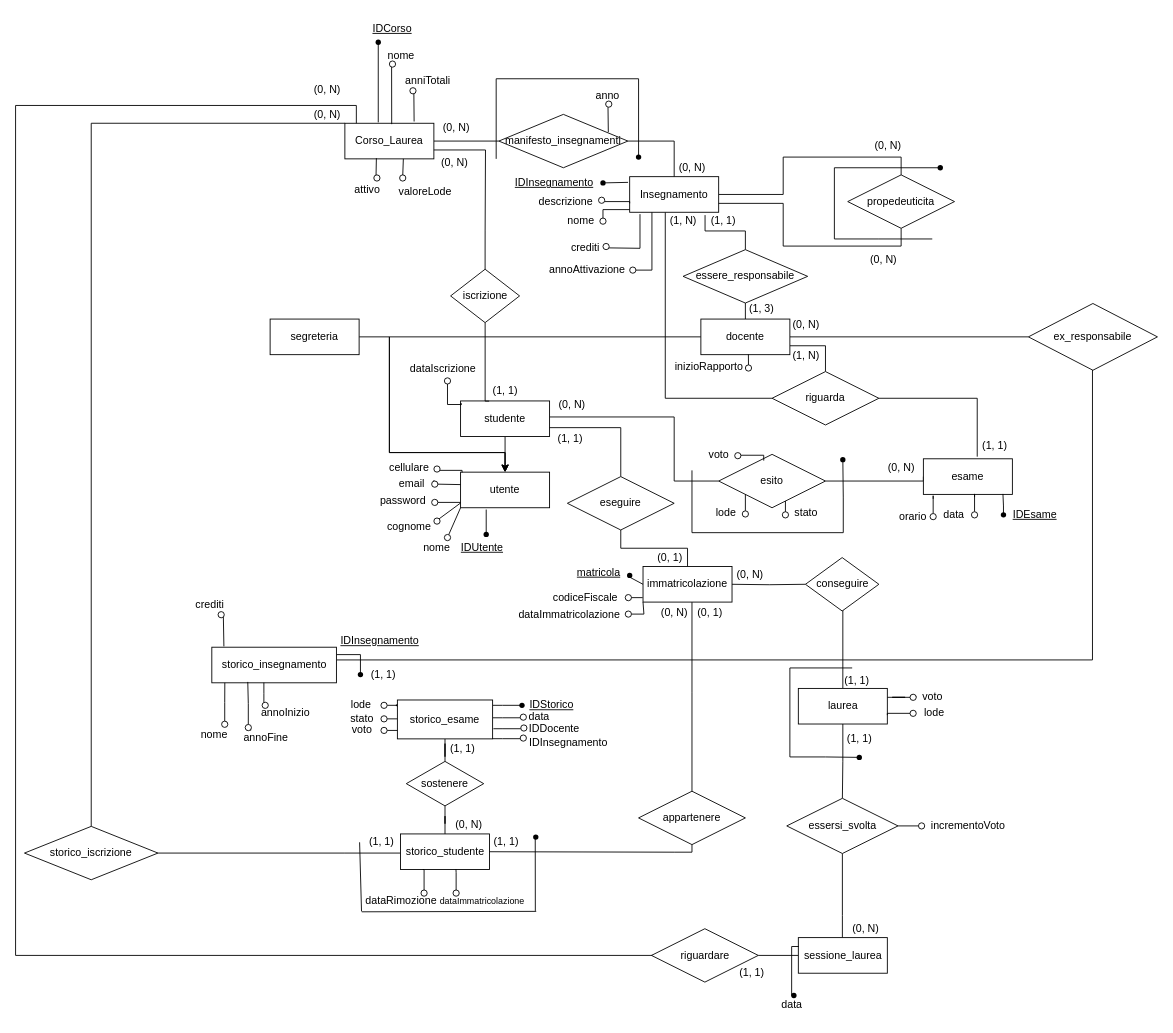
Above: page "ER" (1 of 2) of progetto/db/uni.drawio in michelebolis/UniversityExamSystem (draw.io), before the change. Source tidied: cells renumbered, new cells numbered last; positions are measured from the earlier drawing's top-left corner, leaving out a move shared by most shapes. Both pictures are drawn from the tidied source at 89%, with x=0, y=0 at pixel (15, 15).
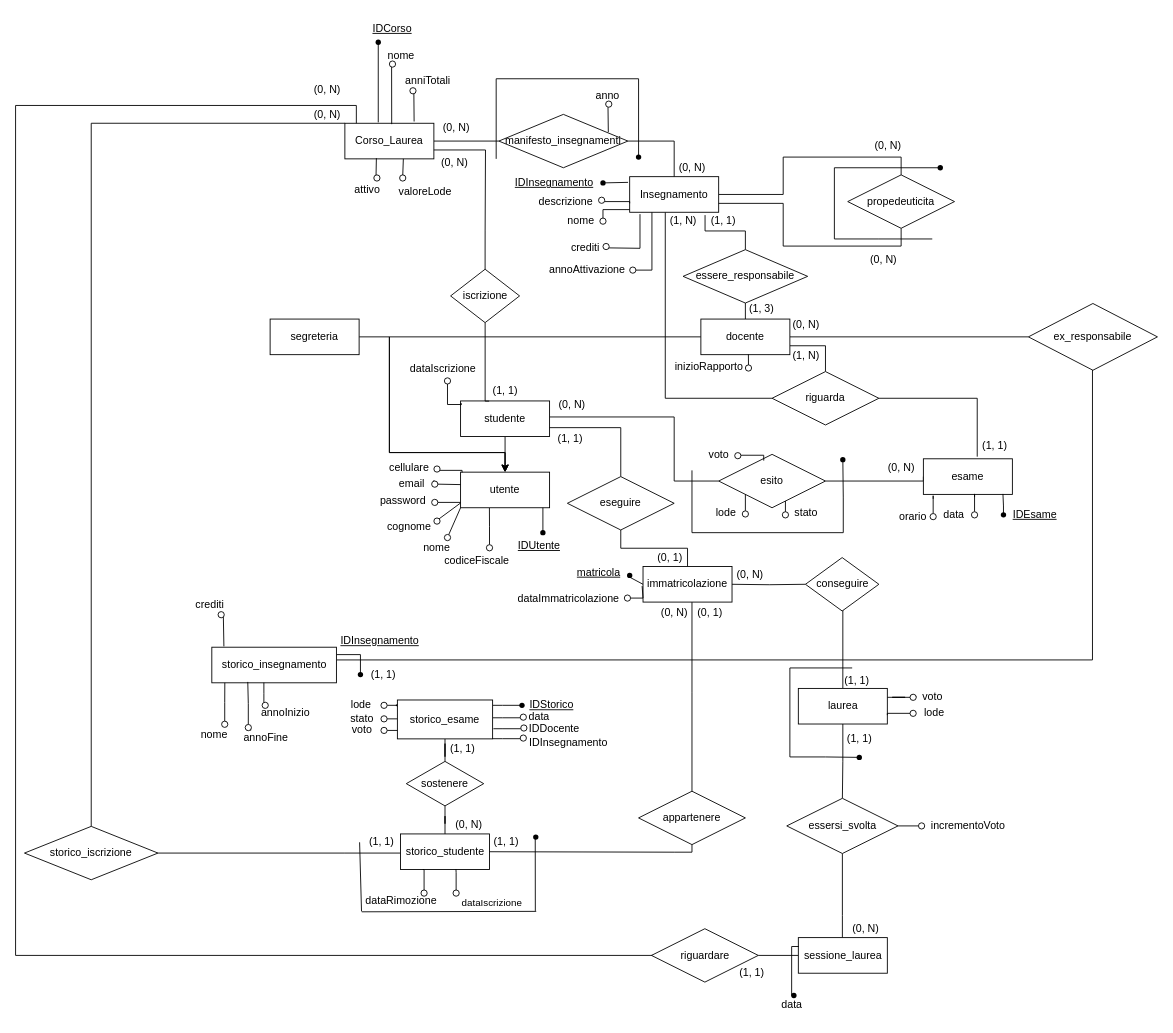
The same page after the edit.

The change refers to these unchanged cells:
```xml
<mxCell id="2" value="utente" style="whiteSpace=wrap;html=1;align=center;" parent="1" vertex="1">
  <mxGeometry x="500" y="513" width="100" height="40" as="geometry" />
</mxCell>
<mxCell id="93" value="immatricolazione" style="whiteSpace=wrap;html=1;align=center;" parent="1" vertex="1">
  <mxGeometry x="705" y="619" width="100" height="40" as="geometry" />
</mxCell>
```

The edit, as a diff of the source:
```diff
@@
     <mxCell id="19" style="endArrow=none;html=1;rounded=0;" parent="1" edge="1">
       <mxGeometry relative="1" as="geometry">
-        <mxPoint x="528.8" y="583" as="sourcePoint" />
-        <mxPoint x="528.8" y="555" as="targetPoint" />
+        <mxPoint x="592.5" y="581" as="sourcePoint" />
+        <mxPoint x="592.5" y="553" as="targetPoint" />
       </mxGeometry>
     </mxCell>
     <mxCell id="20" style="shape=waypoint;sketch=0;fillStyle=solid;size=6;fillColor=none;perimeter=centerPerimeter;" parent="1" vertex="1">
-      <mxGeometry x="518.8" y="573" width="20" height="20" as="geometry" />
+      <mxGeometry x="582.5" y="571" width="20" height="20" as="geometry" />
     </mxCell>
@@
     <mxCell id="59" value="IDUtente" style="text;html=1;align=center;verticalAlign=middle;strokeColor=none;fillColor=none;fontStyle=4;" parent="1" vertex="1">
-      <mxGeometry x="488.8" y="583" width="70" height="30" as="geometry" />
+      <mxGeometry x="552.5" y="581" width="70" height="30" as="geometry" />
     </mxCell>
@@
     <mxCell id="111" value="codiceFiscale" style="text;html=1;align=center;verticalAlign=middle;strokeColor=none;fillColor=none;" parent="1" vertex="1">
-      <mxGeometry x="590" y="639" width="100" height="30" as="geometry" />
+      <mxGeometry x="467.6" y="598" width="100" height="30" as="geometry" />
     </mxCell>
-    <mxCell id="112" style="edgeStyle=orthogonalEdgeStyle;rounded=0;jettySize=auto;html=1;endArrow=none;endFill=0;entryX=-0.004;entryY=0.873;entryDx=0;entryDy=0;entryPerimeter=0;" parent="1" edge="1" target="93">
-      <mxGeometry relative="1" as="geometry">
-        <mxPoint x="687" y="654" as="sourcePoint" />
-      </mxGeometry>
-    </mxCell>
@@
-    <mxCell id="120" value="dataImmatricolazione" style="text;html=1;align=center;verticalAlign=middle;strokeColor=none;fillColor=none;fontSize=10;" parent="1" vertex="1">
-      <mxGeometry x="467.5" y="982.5" width="113" height="24" as="geometry" />
-    </mxCell>
@@
+    <mxCell id="258" style="edgeStyle=orthogonalEdgeStyle;rounded=0;jettySize=auto;html=1;entryX=0.324;entryY=1.007;entryDx=0;entryDy=0;entryPerimeter=0;endArrow=none;endFill=0;" parent="1" edge="1" source="167" target="2">
+      <mxGeometry relative="1" as="geometry" />
+    </mxCell>
     <mxCell id="167" style="ellipse;whiteSpace=wrap;html=1;" parent="1" vertex="1">
-      <mxGeometry x="685" y="650.5" width="7" height="7" as="geometry" />
+      <mxGeometry x="529" y="594.5" width="7" height="7" as="geometry" />
     </mxCell>
@@
-    <mxCell id="255" style="edgeStyle=orthogonalEdgeStyle;rounded=0;jettySize=auto;html=1;entryX=0;entryY=1;entryDx=0;entryDy=0;endArrow=none;endFill=0;" parent="1" edge="1" source="256" target="93">
+    <mxCell id="255" style="edgeStyle=orthogonalEdgeStyle;rounded=0;jettySize=auto;html=1;entryX=0;entryY=1;entryDx=0;entryDy=0;endArrow=none;endFill=0;" parent="1" edge="1" source="256">
       <mxGeometry relative="1" as="geometry">
+        <mxPoint x="704" y="641" as="targetPoint" />
         <Array as="points">
-          <mxPoint x="706" y="673" />
-          <mxPoint x="706" y="659" />
+          <mxPoint x="705" y="655" />
+          <mxPoint x="705" y="641" />
         </Array>
       </mxGeometry>
     </mxCell>
     <mxCell id="256" style="ellipse;whiteSpace=wrap;html=1;" parent="1" vertex="1">
-      <mxGeometry x="685" y="669" width="7" height="7" as="geometry" />
+      <mxGeometry x="684" y="651" width="7" height="7" as="geometry" />
     </mxCell>
     <mxCell id="257" value="dataImmatricolazione" style="text;html=1;align=center;verticalAlign=middle;strokeColor=none;fillColor=none;" parent="1" vertex="1">
-      <mxGeometry x="556" y="660.2" width="132" height="26" as="geometry" />
+      <mxGeometry x="555" y="642.2" width="132" height="26" as="geometry" />
     </mxCell>
+    <mxCell id="259" value="dataIscrizione" style="text;html=1;align=center;verticalAlign=middle;strokeColor=none;fillColor=none;fontSize=11;" parent="1" vertex="1">
+      <mxGeometry x="492" y="984.5" width="86" height="25" as="geometry" />
+    </mxCell>
```
